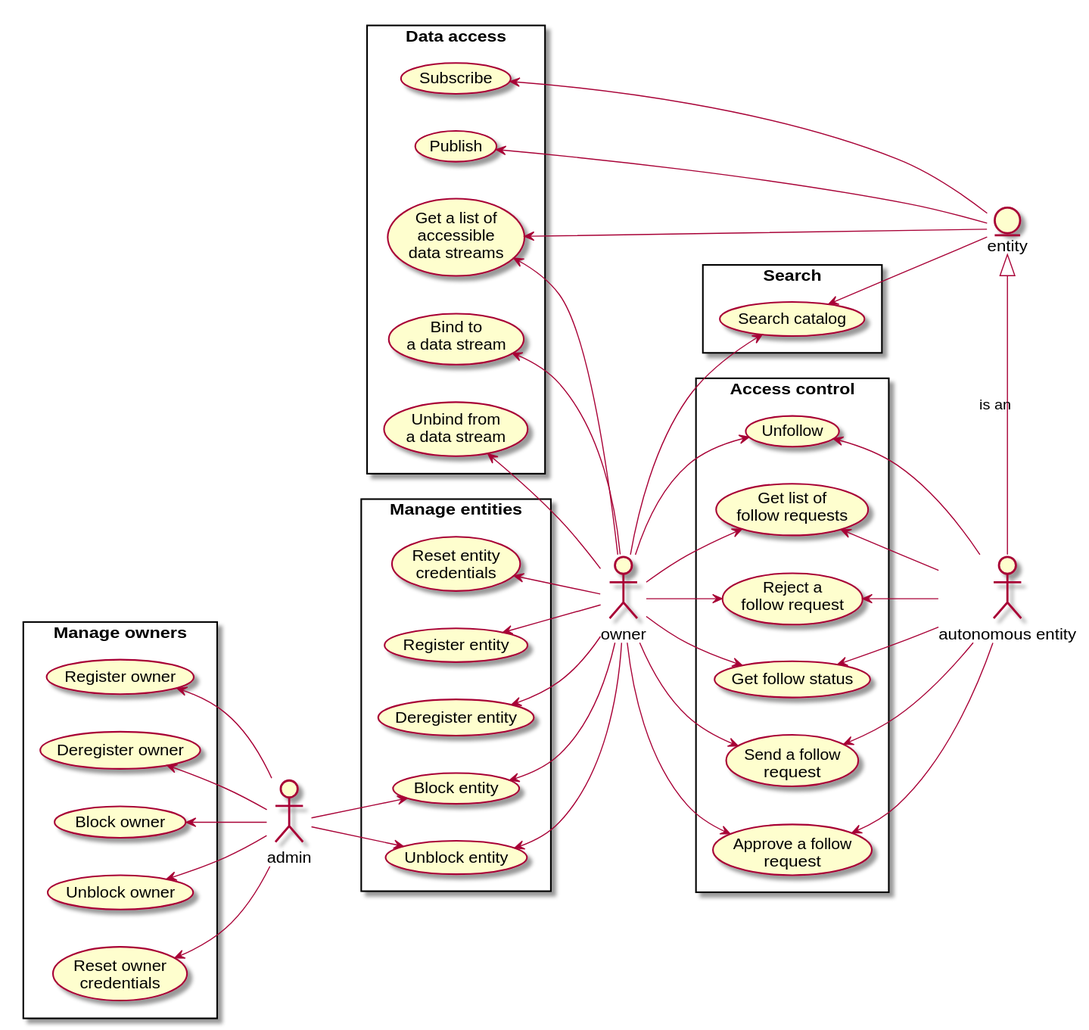
The PlantUML diagram DOCS/usecase-diagrams/uc.svg in rbccps-iisc/corinthian, before a commit.
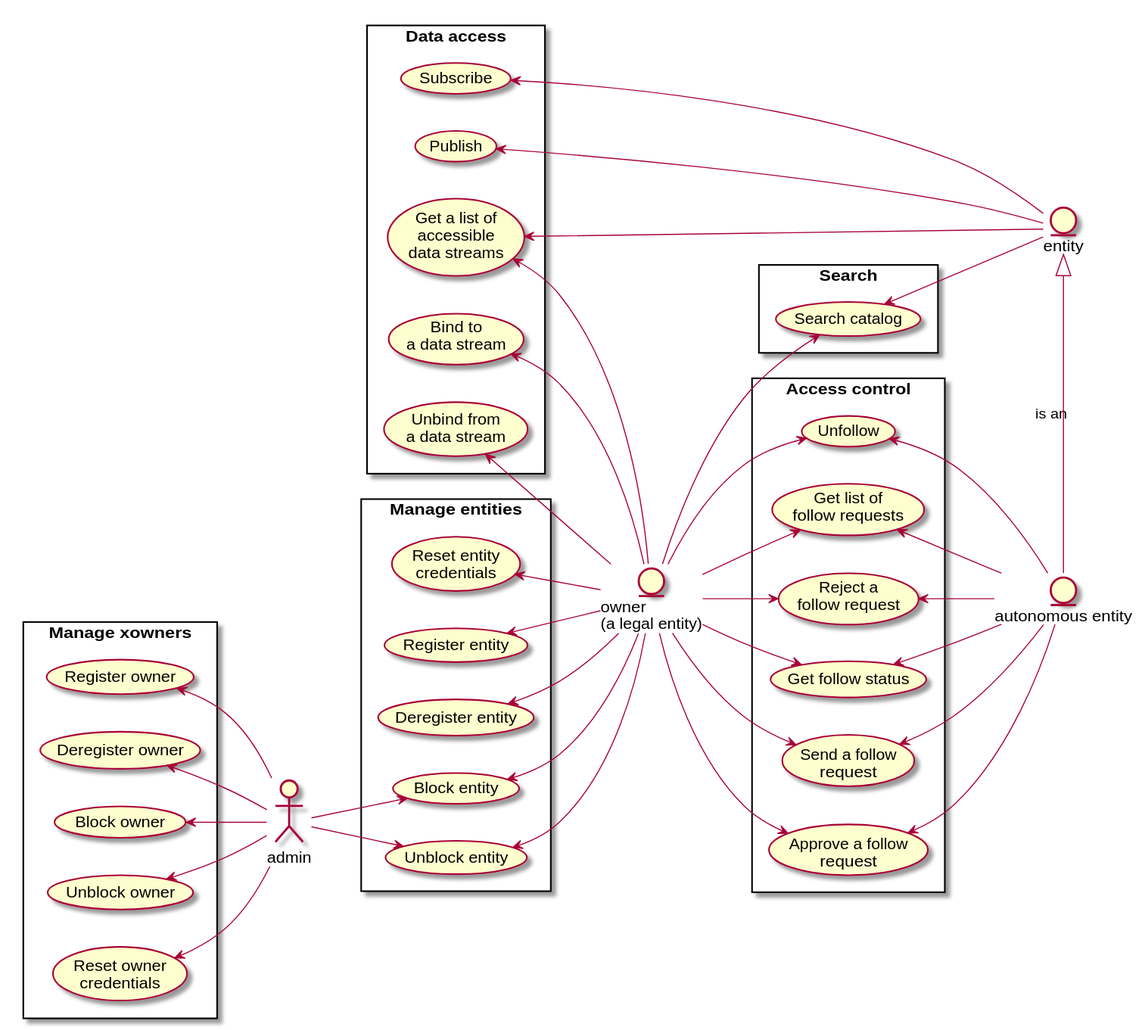
The same file after the commit.

Commit message:
[skip travis] update use case diagram

What changed in the source:
```diff
@@ -2,7 +2,10 @@
 left to right direction
 
 
-rectangle "Manage owners" {
+entity owner as "owner\n(a legal entity)"
+
+
+rectangle "Manage xowners" {
 
 	(Register owner)
 	(Deregister owner)
@@ -85,7 +88,7 @@
 (Get a list of\naccessible\ndata streams) <-- entity
 (Search catalog) <-- entity
 
-actor "autonomous entity" as a
+entity "autonomous entity" as a
 entity <|- a : is an
 
 (Send a follow\nrequest) <-- a
```
